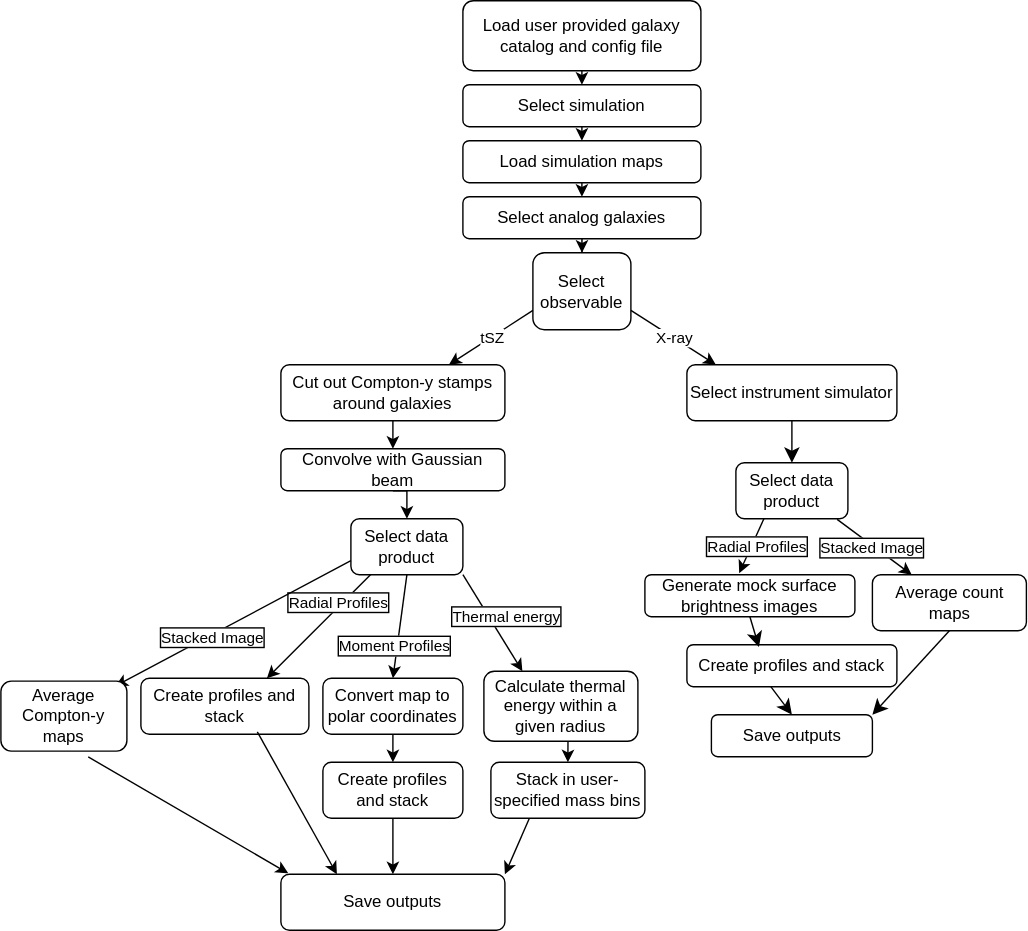
The draw.io diagram docs/source/_static/images/rafiki_cgm_flowchart.drawio.svg in skylargrayson/RAFIKICGM, before a commit. Source tidied: cells renumbered, new cells last; positions are measured from the earlier drawing's top-left corner, leaving out a move shared by most shapes.
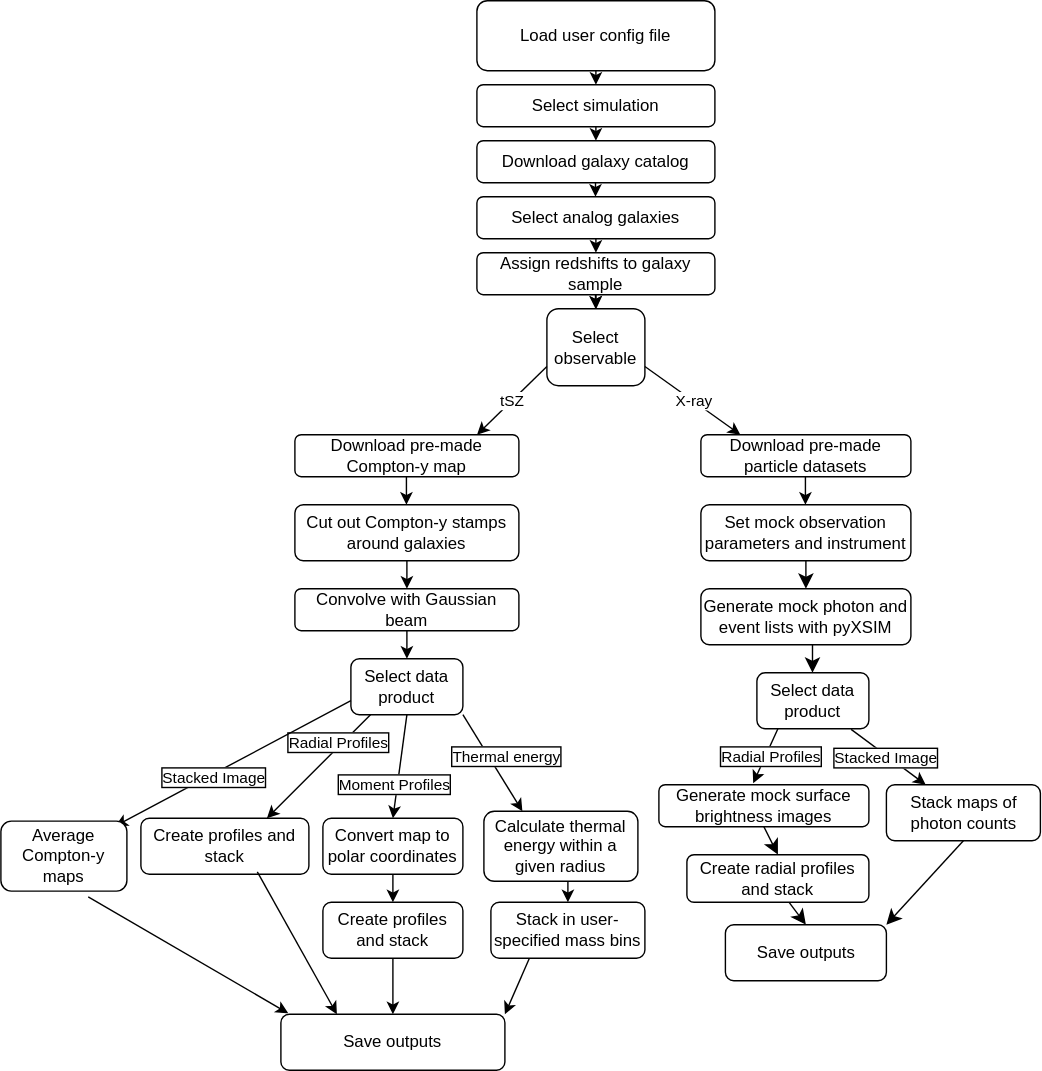
After the commit.

What changed in the source:
```diff
@@ -5,31 +5,28 @@
     <mxCell id="2" style="edgeStyle=orthogonalEdgeStyle;rounded=0;jettySize=auto;html=1;exitX=0.5;exitY=1;exitDx=0;exitDy=0;entryX=0.5;entryY=0;entryDx=0;entryDy=0;strokeColor=light-dark(#000000,#000000);" parent="1" edge="1" source="3" target="37">
       <mxGeometry relative="1" as="geometry" />
     </mxCell>
-    <mxCell id="3" value="Load user provided galaxy catalog and config file" style="rounded=1;whiteSpace=wrap;html=1;fillColor=light-dark(#FFFFFF,#A680B8);" parent="1" vertex="1">
+    <mxCell id="3" value="Load user config file" style="rounded=1;whiteSpace=wrap;html=1;fillColor=light-dark(#FFFFFF,#A680B8);" parent="1" vertex="1">
       <mxGeometry x="330" width="170" height="50" as="geometry" />
     </mxCell>
-    <mxCell id="4" style="edgeStyle=orthogonalEdgeStyle;rounded=0;jettySize=auto;html=1;exitX=0.5;exitY=1;exitDx=0;exitDy=0;entryX=0.5;entryY=0;entryDx=0;entryDy=0;strokeColor=light-dark(#000000,#000000);" parent="1" edge="1" source="5" target="7">
-      <mxGeometry relative="1" as="geometry" />
+    <mxCell id="4" style="edgeStyle=orthogonalEdgeStyle;rounded=0;orthogonalLoop=1;jettySize=auto;html=1;exitX=0.5;exitY=1;exitDx=0;exitDy=0;strokeColor=light-dark(#000000,#000000);" parent="1" edge="1">
+      <mxGeometry relative="1" as="geometry">
+        <mxPoint x="415" y="170" as="sourcePoint" />
+        <mxPoint x="415" y="180" as="targetPoint" />
+      </mxGeometry>
     </mxCell>
-    <mxCell id="5" value="Load simulation maps" style="rounded=1;whiteSpace=wrap;html=1;" parent="1" vertex="1">
-      <mxGeometry x="330" y="100" width="170" height="30" as="geometry" />
-    </mxCell>
-    <mxCell id="6" style="edgeStyle=orthogonalEdgeStyle;rounded=0;jettySize=auto;html=1;exitX=0.5;exitY=1;exitDx=0;exitDy=0;strokeColor=light-dark(#000000,#000000);" parent="1" edge="1" source="7" target="8">
-      <mxGeometry relative="1" as="geometry" />
-    </mxCell>
-    <mxCell id="7" value="Select analog galaxies" style="rounded=1;whiteSpace=wrap;html=1;" parent="1" vertex="1">
-      <mxGeometry x="330" y="140" width="170" height="30" as="geometry" />
+    <mxCell id="7" value="Download pre-made Compton-y map" style="rounded=1;whiteSpace=wrap;html=1;" parent="1" vertex="1">
+      <mxGeometry x="200" y="310" width="160" height="30" as="geometry" />
     </mxCell>
     <mxCell id="8" value="Select observable" style="rounded=1;whiteSpace=wrap;html=1;fillColor=light-dark(#FFFFFF,#A680B8);" parent="1" vertex="1">
-      <mxGeometry x="380" y="180" width="70" height="55" as="geometry" />
+      <mxGeometry x="380" y="220" width="70" height="55" as="geometry" />
     </mxCell>
     <mxCell id="9" style="edgeStyle=orthogonalEdgeStyle;rounded=0;jettySize=auto;html=1;exitX=0.5;exitY=1;exitDx=0;exitDy=0;entryX=0.5;entryY=0;entryDx=0;entryDy=0;strokeColor=light-dark(#000000,#000000);" parent="1" edge="1" source="10" target="14">
       <mxGeometry relative="1" as="geometry" />
     </mxCell>
     <mxCell id="10" value="Cut out Compton-y stamps around galaxies" style="rounded=1;whiteSpace=wrap;html=1;" parent="1" vertex="1">
-      <mxGeometry x="200" y="260" width="160" height="40" as="geometry" />
+      <mxGeometry x="200" y="360" width="160" height="40" as="geometry" />
     </mxCell>
-    <mxCell id="11" style="endArrow=classic;html=1;rounded=0;exitX=0;exitY=0.75;exitDx=0;exitDy=0;strokeColor=light-dark(#000000,#000000);entryX=0.75;entryY=0;entryDx=0;entryDy=0;" parent="1" edge="1" source="8" target="10">
+    <mxCell id="11" style="endArrow=classic;html=1;rounded=0;exitX=0;exitY=0.75;exitDx=0;exitDy=0;strokeColor=light-dark(#000000,#000000);entryX=0.813;entryY=0;entryDx=0;entryDy=0;entryPerimeter=0;" parent="1" edge="1" source="8" target="7">
       <mxGeometry relative="1" as="geometry" />
     </mxCell>
     <mxCell id="12" value="tSZ" style="edgeLabel;html=1;align=center;verticalAlign=middle;" parent="11" vertex="1">
@@ -39,10 +36,10 @@
       <mxGeometry relative="1" as="geometry" />
     </mxCell>
     <mxCell id="14" value="Convolve with Gaussian beam" style="rounded=1;whiteSpace=wrap;html=1;fillColor=light-dark(#FFFFFF,#A680B8);" parent="1" vertex="1">
-      <mxGeometry x="200" y="320" width="160" height="30" as="geometry" />
+      <mxGeometry x="200" y="420" width="160" height="30" as="geometry" />
     </mxCell>
     <mxCell id="15" value="Select data product" style="rounded=1;whiteSpace=wrap;html=1;fillColor=light-dark(#FFFFFF,#A680B8);" parent="1" vertex="1">
-      <mxGeometry x="250" y="370" width="80" height="40" as="geometry" />
+      <mxGeometry x="240" y="470" width="80" height="40" as="geometry" />
     </mxCell>
     <mxCell id="16" style="endArrow=classic;html=1;rounded=0;entryX=0.75;entryY=0;entryDx=0;entryDy=0;strokeColor=light-dark(#000000,#000000);exitX=0.175;exitY=1;exitDx=0;exitDy=0;exitPerimeter=0;" parent="1" edge="1" source="15" target="18">
       <mxGeometry relative="1" as="geometry" />
@@ -53,19 +50,19 @@
       </mxGeometry>
     </mxCell>
     <mxCell id="18" value="Create profiles and stack" style="rounded=1;whiteSpace=wrap;html=1;" parent="1" vertex="1">
-      <mxGeometry x="100" y="484" width="120" height="40" as="geometry" />
+      <mxGeometry x="90" y="584" width="120" height="40" as="geometry" />
     </mxCell>
     <mxCell id="19" style="edgeStyle=orthogonalEdgeStyle;rounded=0;jettySize=auto;html=1;exitX=0.5;exitY=1;exitDx=0;exitDy=0;entryX=0.5;entryY=0;entryDx=0;entryDy=0;strokeColor=light-dark(#000000,#000000);" parent="1" edge="1" source="20" target="22">
       <mxGeometry relative="1" as="geometry" />
     </mxCell>
     <mxCell id="20" value="Convert map to polar coordinates" style="rounded=1;whiteSpace=wrap;html=1;" parent="1" vertex="1">
-      <mxGeometry x="230" y="484" width="100" height="40" as="geometry" />
+      <mxGeometry x="220" y="584" width="100" height="40" as="geometry" />
     </mxCell>
     <mxCell id="21" style="edgeStyle=orthogonalEdgeStyle;rounded=0;jettySize=auto;html=1;exitX=0.5;exitY=1;exitDx=0;exitDy=0;entryX=0.5;entryY=0;entryDx=0;entryDy=0;strokeColor=light-dark(#000000,#000000);" parent="1" edge="1" source="22" target="30">
       <mxGeometry relative="1" as="geometry" />
     </mxCell>
     <mxCell id="22" value="Create profiles and stack" style="rounded=1;whiteSpace=wrap;html=1;" parent="1" vertex="1">
-      <mxGeometry x="230" y="544" width="100" height="40" as="geometry" />
+      <mxGeometry x="220" y="644" width="100" height="40" as="geometry" />
     </mxCell>
     <mxCell id="23" style="endArrow=classic;html=1;rounded=0;entryX=0.5;entryY=0;entryDx=0;entryDy=0;strokeColor=light-dark(#000000,#000000);exitX=0.5;exitY=1;exitDx=0;exitDy=0;" parent="1" edge="1" source="15" target="20">
       <mxGeometry relative="1" as="geometry" />
@@ -87,13 +84,13 @@
       <mxGeometry relative="1" as="geometry" />
     </mxCell>
     <mxCell id="28" value="Calculate thermal energy within a given radius" style="rounded=1;whiteSpace=wrap;html=1;fillColor=light-dark(#FFFFFF,#A680B8);gradientColor=none;" parent="1" vertex="1">
-      <mxGeometry x="345" y="479" width="110" height="50" as="geometry" />
+      <mxGeometry x="335" y="579" width="110" height="50" as="geometry" />
     </mxCell>
     <mxCell id="29" value="Stack in user-specified mass bins" style="rounded=1;whiteSpace=wrap;html=1;fillColor=light-dark(#FFFFFF,#A680B8);" parent="1" vertex="1">
-      <mxGeometry x="350" y="544" width="110" height="40" as="geometry" />
+      <mxGeometry x="340" y="644" width="110" height="40" as="geometry" />
     </mxCell>
     <mxCell id="30" value="Save outputs" style="rounded=1;whiteSpace=wrap;html=1;" parent="1" vertex="1">
-      <mxGeometry x="200" y="624" width="160" height="40" as="geometry" />
+      <mxGeometry x="190" y="724" width="160" height="40" as="geometry" />
     </mxCell>
     <mxCell id="31" style="rounded=0;jettySize=auto;html=1;exitX=0.693;exitY=0.958;exitDx=0;exitDy=0;entryX=0.25;entryY=0;entryDx=0;entryDy=0;strokeColor=light-dark(#000000,#000000);exitPerimeter=0;" parent="1" edge="1" source="18" target="30">
       <mxGeometry relative="1" as="geometry" />
@@ -101,7 +98,7 @@
     <mxCell id="32" style="rounded=0;jettySize=auto;html=1;exitX=0.25;exitY=1;exitDx=0;exitDy=0;entryX=1;entryY=0;entryDx=0;entryDy=0;strokeColor=light-dark(#000000,#000000);" parent="1" edge="1" source="29" target="30">
       <mxGeometry relative="1" as="geometry" />
     </mxCell>
-    <mxCell id="33" style="endArrow=classic;html=1;rounded=0;strokeColor=light-dark(#000000,#000000);entryX=0.138;entryY=0;entryDx=0;entryDy=0;exitX=1;exitY=0.75;exitDx=0;exitDy=0;entryPerimeter=0;" parent="1" edge="1" source="8" target="39">
+    <mxCell id="33" style="endArrow=classic;html=1;rounded=0;strokeColor=light-dark(#000000,#000000);exitX=1;exitY=0.75;exitDx=0;exitDy=0;entryX=0.188;entryY=0;entryDx=0;entryDy=0;entryPerimeter=0;" parent="1" edge="1" source="8" target="65">
       <mxGeometry relative="1" as="geometry" />
     </mxCell>
     <mxCell id="34" value="Label" style="edgeLabel;html=1;align=center;verticalAlign=middle;" parent="33" vertex="1">
@@ -110,8 +107,10 @@
     <mxCell id="35" value="X-ray" style="edgeLabel;html=1;align=center;verticalAlign=middle;" parent="33" vertex="1">
       <mxGeometry relative="1" as="geometry" />
     </mxCell>
-    <mxCell id="36" style="edgeStyle=orthogonalEdgeStyle;rounded=0;jettySize=auto;html=1;exitX=0.5;exitY=1;exitDx=0;exitDy=0;entryX=0.5;entryY=0;entryDx=0;entryDy=0;strokeColor=light-dark(#000000,#000000);" parent="1" edge="1" source="37" target="5">
-      <mxGeometry relative="1" as="geometry" />
+    <mxCell id="36" style="edgeStyle=orthogonalEdgeStyle;rounded=0;jettySize=auto;html=1;exitX=0.5;exitY=1;exitDx=0;exitDy=0;entryX=0.5;entryY=0;entryDx=0;entryDy=0;strokeColor=light-dark(#000000,#000000);" parent="1" edge="1" source="37">
+      <mxGeometry relative="1" as="geometry">
+        <mxPoint x="415" y="100" as="targetPoint" />
+      </mxGeometry>
     </mxCell>
     <mxCell id="37" value="Select simulation" style="rounded=1;whiteSpace=wrap;html=1;fillColor=light-dark(#FFFFFF,#A680B8);" parent="1" vertex="1">
       <mxGeometry x="330" y="60" width="170" height="30" as="geometry" />
@@ -119,44 +118,47 @@
     <mxCell id="38" style="edgeStyle=none;curved=1;rounded=0;jettySize=auto;html=1;exitX=0.5;exitY=1;exitDx=0;exitDy=0;fontSize=12;startSize=8;endSize=8;strokeColor=light-dark(#000000,#000000);" parent="1" edge="1" source="39" target="44">
       <mxGeometry relative="1" as="geometry" />
     </mxCell>
-    <mxCell id="39" value="Select instrument simulator" style="rounded=1;whiteSpace=wrap;html=1;fillColor=light-dark(#FFFFFF,#A680B8);" parent="1" vertex="1">
-      <mxGeometry x="490" y="260" width="150" height="40" as="geometry" />
+    <mxCell id="39" value="Set mock observation parameters and instrument" style="rounded=1;whiteSpace=wrap;html=1;fillColor=light-dark(#FFFFFF,#A680B8);" parent="1" vertex="1">
+      <mxGeometry x="490" y="360" width="150" height="40" as="geometry" />
     </mxCell>
     <mxCell id="40" value="Generate mock surface brightness images" style="rounded=1;whiteSpace=wrap;html=1;" parent="1" vertex="1">
-      <mxGeometry x="460" y="410" width="150" height="30" as="geometry" />
+      <mxGeometry x="460" y="560" width="150" height="30" as="geometry" />
     </mxCell>
-    <mxCell id="41" style="edgeStyle=none;curved=1;rounded=0;jettySize=auto;html=1;exitX=0.395;exitY=0.967;exitDx=0;exitDy=0;entryX=0.5;entryY=0;entryDx=0;entryDy=0;fontSize=12;startSize=8;endSize=8;strokeColor=light-dark(#000000,#000000);exitPerimeter=0;" parent="1" edge="1" source="42" target="43">
-      <mxGeometry relative="1" as="geometry" />
+    <mxCell id="41" style="edgeStyle=none;curved=1;rounded=0;jettySize=auto;html=1;exitX=0.395;exitY=0.967;exitDx=0;exitDy=0;entryX=0.5;entryY=0;entryDx=0;entryDy=0;fontSize=12;startSize=8;endSize=8;strokeColor=light-dark(#000000,#000000);exitPerimeter=0;" parent="1" edge="1" target="43">
+      <mxGeometry relative="1" as="geometry">
+        <mxPoint x="549.2" y="639" as="sourcePoint" />
+      </mxGeometry>
     </mxCell>
-    <mxCell id="42" value="Create profiles and stack" style="rounded=1;whiteSpace=wrap;html=1;" parent="1" vertex="1">
-      <mxGeometry x="490" y="460" width="150" height="30" as="geometry" />
-    </mxCell>
     <mxCell id="43" value="Save outputs" style="rounded=1;whiteSpace=wrap;html=1;" parent="1" vertex="1">
-      <mxGeometry x="507.5" y="510" width="115" height="30" as="geometry" />
+      <mxGeometry x="507.5" y="660" width="115" height="40" as="geometry" />
     </mxCell>
-    <mxCell id="44" value="Select data product" style="rounded=1;whiteSpace=wrap;html=1;fillColor=light-dark(#FFFFFF,#A680B8);" parent="1" vertex="1">
-      <mxGeometry x="525" y="330" width="80" height="40" as="geometry" />
+    <mxCell id="44" value="Generate mock photon and event lists with pyXSIM" style="rounded=1;whiteSpace=wrap;html=1;" parent="1" vertex="1">
+      <mxGeometry x="490" y="420" width="150" height="40" as="geometry" />
     </mxCell>
-    <mxCell id="45" style="endArrow=classic;html=1;rounded=0;strokeColor=light-dark(#000000,#000000);exitX=0.25;exitY=1;exitDx=0;exitDy=0;entryX=0.449;entryY=-0.037;entryDx=0;entryDy=0;entryPerimeter=0;" parent="1" edge="1" source="44" target="40">
-      <mxGeometry relative="1" as="geometry" />
+    <mxCell id="45" style="endArrow=classic;html=1;rounded=0;strokeColor=light-dark(#000000,#000000);exitX=0.25;exitY=1;exitDx=0;exitDy=0;entryX=0.449;entryY=-0.037;entryDx=0;entryDy=0;entryPerimeter=0;" parent="1" edge="1" target="40">
+      <mxGeometry relative="1" as="geometry">
+        <mxPoint x="545" y="520" as="sourcePoint" />
+      </mxGeometry>
     </mxCell>
     <mxCell id="46" value="Radial Profiles" style="edgeLabel;html=1;align=center;verticalAlign=middle;labelBorderColor=light-dark(#000000,#000000);" parent="45" vertex="1">
       <mxGeometry relative="1" as="geometry">
         <mxPoint x="3" as="offset" />
       </mxGeometry>
     </mxCell>
-    <mxCell id="47" style="endArrow=classic;html=1;rounded=0;strokeColor=light-dark(#000000,#000000);exitX=0.904;exitY=1.011;exitDx=0;exitDy=0;exitPerimeter=0;" parent="1" edge="1" source="44" target="49">
-      <mxGeometry relative="1" as="geometry" />
+    <mxCell id="47" style="endArrow=classic;html=1;rounded=0;strokeColor=light-dark(#000000,#000000);exitX=0.904;exitY=1.011;exitDx=0;exitDy=0;exitPerimeter=0;" parent="1" edge="1" target="49">
+      <mxGeometry relative="1" as="geometry">
+        <mxPoint x="597.3" y="520.4" as="sourcePoint" />
+      </mxGeometry>
     </mxCell>
     <mxCell id="48" value="Stacked Image" style="edgeLabel;html=1;align=center;verticalAlign=middle;labelBorderColor=light-dark(#000000,#000000);" parent="47" vertex="1">
       <mxGeometry relative="1" as="geometry">
         <mxPoint x="-2" as="offset" />
       </mxGeometry>
     </mxCell>
-    <mxCell id="49" value="Average count maps" style="rounded=1;whiteSpace=wrap;html=1;" parent="1" vertex="1">
-      <mxGeometry x="622.5" y="410" width="110" height="40" as="geometry" />
+    <mxCell id="49" value="Stack maps of photon counts" style="rounded=1;whiteSpace=wrap;html=1;" parent="1" vertex="1">
+      <mxGeometry x="622.5" y="560" width="110" height="40" as="geometry" />
     </mxCell>
-    <mxCell id="50" style="rounded=0;jettySize=auto;html=1;exitX=0.5;exitY=1;exitDx=0;exitDy=0;fontSize=12;startSize=8;endSize=8;strokeColor=light-dark(#000000,#000000);entryX=0.343;entryY=0.056;entryDx=0;entryDy=0;entryPerimeter=0;" parent="1" edge="1" source="40" target="42">
+    <mxCell id="50" style="rounded=0;jettySize=auto;html=1;exitX=0.5;exitY=1;exitDx=0;exitDy=0;fontSize=12;startSize=8;endSize=8;strokeColor=light-dark(#000000,#000000);entryX=0.5;entryY=0;entryDx=0;entryDy=0;" parent="1" edge="1" source="40" target="59">
       <mxGeometry relative="1" as="geometry" />
     </mxCell>
     <mxCell id="51" style="endArrow=classic;html=1;rounded=0;strokeColor=light-dark(#000000,#000000);exitX=0;exitY=0.75;exitDx=0;exitDy=0;entryX=0.908;entryY=0.071;entryDx=0;entryDy=0;entryPerimeter=0;" parent="1" edge="1" source="15" target="53">
@@ -168,7 +170,7 @@
       </mxGeometry>
     </mxCell>
     <mxCell id="53" value="Average Compton-y maps" style="rounded=1;whiteSpace=wrap;html=1;" parent="1" vertex="1">
-      <mxGeometry y="486" width="90" height="50" as="geometry" />
+      <mxGeometry x="-10" y="586" width="90" height="50" as="geometry" />
     </mxCell>
     <mxCell id="54" style="edgeStyle=none;curved=1;rounded=0;jettySize=auto;html=1;exitX=0.5;exitY=1;exitDx=0;exitDy=0;entryX=1;entryY=0;entryDx=0;entryDy=0;fontSize=12;startSize=8;endSize=8;strokeColor=light-dark(#000000,#000000);" parent="1" edge="1" source="49" target="43">
       <mxGeometry relative="1" as="geometry" />
@@ -176,5 +178,58 @@
     <mxCell id="55" style="rounded=0;jettySize=auto;html=1;exitX=0.693;exitY=1.083;exitDx=0;exitDy=0;strokeColor=light-dark(#000000,#000000);exitPerimeter=0;entryX=0.033;entryY=-0.018;entryDx=0;entryDy=0;entryPerimeter=0;" parent="1" edge="1" source="53" target="30">
       <mxGeometry relative="1" as="geometry" />
     </mxCell>
+    <mxCell id="56" value="Select data product" style="rounded=1;whiteSpace=wrap;html=1;fillColor=light-dark(#FFFFFF,#A680B8);" parent="1" vertex="1">
+      <mxGeometry x="530" y="480" width="80" height="40" as="geometry" />
+    </mxCell>
+    <mxCell id="57" style="edgeStyle=none;curved=1;rounded=0;orthogonalLoop=1;jettySize=auto;html=1;exitX=0.5;exitY=1;exitDx=0;exitDy=0;fontSize=12;startSize=8;endSize=8;strokeColor=light-dark(#000000,#000000);" parent="1" edge="1">
+      <mxGeometry relative="1" as="geometry">
+        <mxPoint x="569.7" y="460" as="sourcePoint" />
+        <mxPoint x="569.7" y="480" as="targetPoint" />
+      </mxGeometry>
+    </mxCell>
+    <mxCell id="58" value="Select analog galaxies" style="rounded=1;whiteSpace=wrap;html=1;fillColor=light-dark(#FFFFFF,#A680B8);" parent="1" vertex="1">
+      <mxGeometry x="330" y="140" width="170" height="30" as="geometry" />
+    </mxCell>
+    <mxCell id="59" value="Create radial profiles and stack" style="rounded=1;whiteSpace=wrap;html=1;fillColor=light-dark(#FFFFFF,#A680B8);" parent="1" vertex="1">
+      <mxGeometry x="480" y="610" width="130" height="34" as="geometry" />
+    </mxCell>
+    <mxCell id="60" style="edgeStyle=orthogonalEdgeStyle;rounded=0;jettySize=auto;html=1;exitX=0.5;exitY=1;exitDx=0;exitDy=0;" parent="1" edge="1" source="61">
+      <mxGeometry relative="1" as="geometry">
+        <mxPoint x="415.3" y="220" as="targetPoint" />
+      </mxGeometry>
+    </mxCell>
+    <mxCell id="61" value="Assign redshifts to galaxy sample" style="rounded=1;whiteSpace=wrap;html=1;fillColor=light-dark(#FFFFFF,#A680B8);" parent="1" vertex="1">
+      <mxGeometry x="330" y="180" width="170" height="30" as="geometry" />
+    </mxCell>
+    <mxCell id="62" style="edgeStyle=orthogonalEdgeStyle;rounded=0;orthogonalLoop=1;jettySize=auto;html=1;exitX=0.5;exitY=1;exitDx=0;exitDy=0;strokeColor=light-dark(#000000,#000000);" parent="1" edge="1">
+      <mxGeometry relative="1" as="geometry">
+        <mxPoint x="414.7" y="210" as="sourcePoint" />
+        <mxPoint x="414.7" y="220" as="targetPoint" />
+      </mxGeometry>
+    </mxCell>
+    <mxCell id="63" value="Download galaxy catalog" style="rounded=1;whiteSpace=wrap;html=1;" parent="1" vertex="1">
+      <mxGeometry x="330" y="100" width="170" height="30" as="geometry" />
+    </mxCell>
+    <mxCell id="64" style="edgeStyle=orthogonalEdgeStyle;rounded=0;orthogonalLoop=1;jettySize=auto;html=1;exitX=0.5;exitY=1;exitDx=0;exitDy=0;entryX=0.5;entryY=0;entryDx=0;entryDy=0;strokeColor=light-dark(#000000,#000000);" parent="1" edge="1">
+      <mxGeometry relative="1" as="geometry">
+        <mxPoint x="414.7" y="130" as="sourcePoint" />
+        <mxPoint x="414.7" y="140" as="targetPoint" />
+      </mxGeometry>
+    </mxCell>
+    <mxCell id="65" value="Download pre-made particle datasets" style="rounded=1;whiteSpace=wrap;html=1;" parent="1" vertex="1">
+      <mxGeometry x="490" y="310" width="150" height="30" as="geometry" />
+    </mxCell>
+    <mxCell id="66" style="edgeStyle=orthogonalEdgeStyle;rounded=0;orthogonalLoop=1;jettySize=auto;html=1;exitX=0.5;exitY=1;exitDx=0;exitDy=0;entryX=0.5;entryY=0;entryDx=0;entryDy=0;strokeColor=light-dark(#000000,#000000);" parent="1" edge="1">
+      <mxGeometry relative="1" as="geometry">
+        <mxPoint x="279.7" y="340" as="sourcePoint" />
+        <mxPoint x="279.7" y="360" as="targetPoint" />
+      </mxGeometry>
+    </mxCell>
+    <mxCell id="67" style="edgeStyle=orthogonalEdgeStyle;rounded=0;orthogonalLoop=1;jettySize=auto;html=1;exitX=0.5;exitY=1;exitDx=0;exitDy=0;entryX=0.5;entryY=0;entryDx=0;entryDy=0;strokeColor=light-dark(#000000,#000000);" parent="1" edge="1">
+      <mxGeometry relative="1" as="geometry">
+        <mxPoint x="564.7" y="340" as="sourcePoint" />
+        <mxPoint x="564.7" y="360" as="targetPoint" />
+      </mxGeometry>
+    </mxCell>
   </root>
 </mxGraphModel>
```
